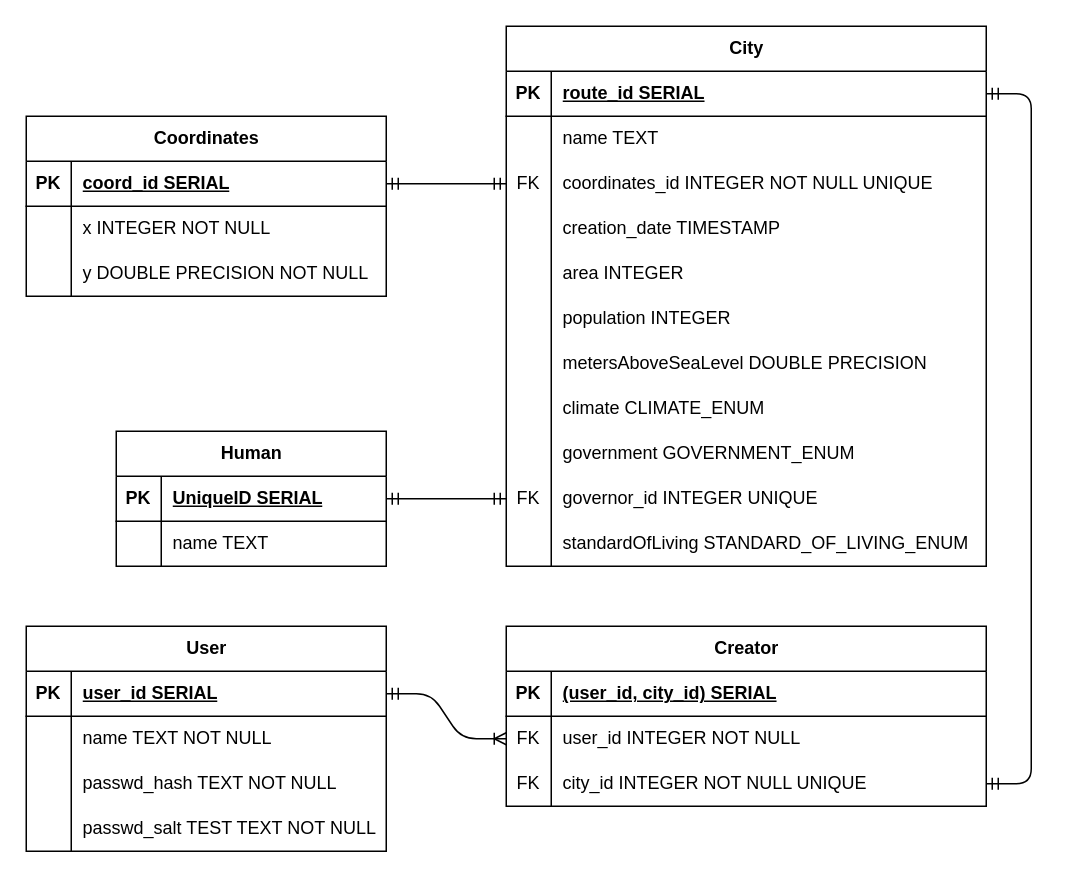
worthant/Java-labs keeps this draw.io diagram as lab7/docs/Database.drawio. Above is the earlier version. Source tidied: cells renumbered, new cells numbered last; positions are measured from the earlier drawing's top-left corner, leaving out a move shared by most shapes. Both pictures are drawn from the tidied source at 150%, with x=0, y=0 at pixel (26, 26).
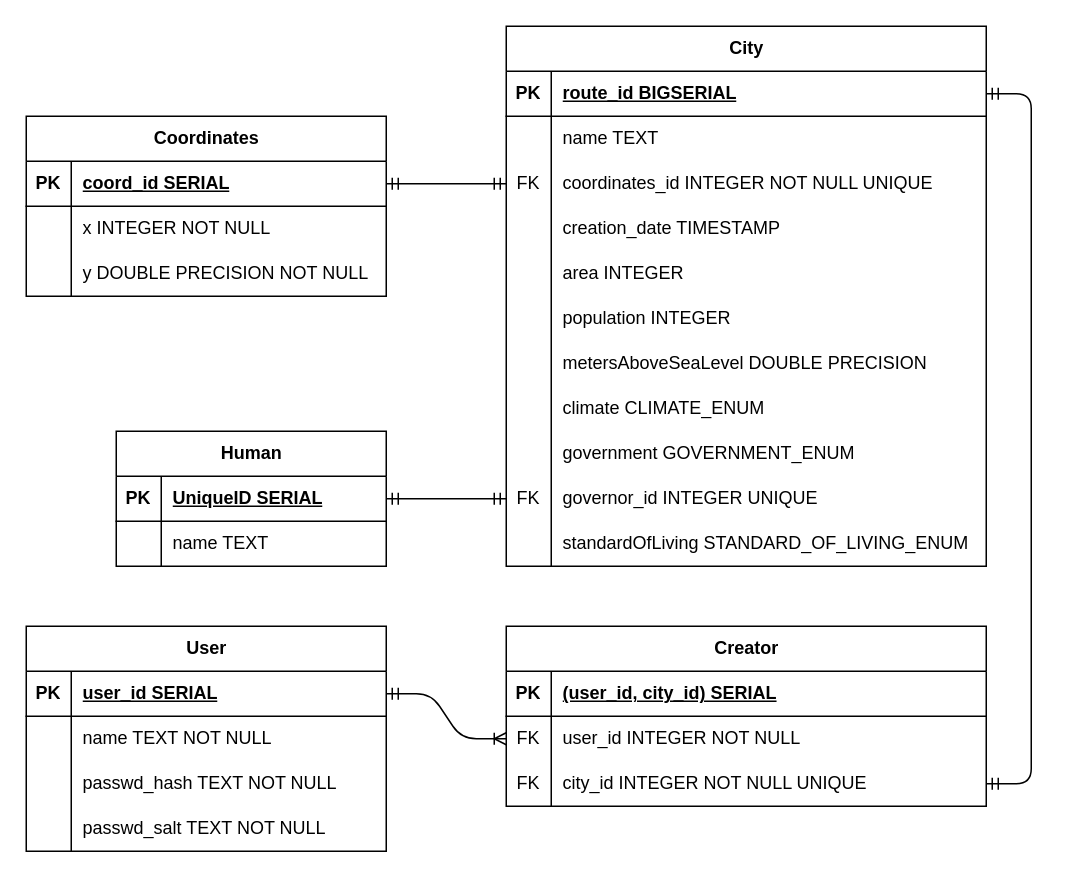
The same page after the edit.

Unchanged cells that the change refers to:
```xml
<mxCell id="3" style="shape=tableRow;horizontal=0;startSize=0;swimlaneHead=0;swimlaneBody=0;fillColor=none;points=[[0,0.5],[1,0.5]];portConstraint=eastwest;top=0;left=0;right=0;bottom=1;" parent="2" vertex="1">
  <mxGeometry y="30" width="320" height="30" as="geometry" />
</mxCell>
<mxCell id="66" style="shape=tableRow;horizontal=0;startSize=0;swimlaneHead=0;swimlaneBody=0;fillColor=none;top=0;left=0;right=0;bottom=0;" parent="56" vertex="1">
  <mxGeometry y="120" width="240" height="30" as="geometry" />
</mxCell>
```

The edit, as a diff of the source:
```diff
@@
-    <mxCell id="5" value="route_id SERIAL" style="shape=partialRectangle;fillColor=none;top=0;left=0;bottom=0;right=0;align=left;spacingLeft=6;fontStyle=5;overflow=hidden;whiteSpace=wrap;html=1;" parent="3" vertex="1">
+    <mxCell id="5" value="route_id BIGSERIAL" style="shape=partialRectangle;fillColor=none;top=0;left=0;bottom=0;right=0;align=left;spacingLeft=6;fontStyle=5;overflow=hidden;whiteSpace=wrap;html=1;" parent="3" vertex="1">
       <mxGeometry x="30" width="290" height="30" as="geometry" />
     </mxCell>
@@
-    <mxCell id="68" value="passwd_salt TEST TEXT NOT NULL" style="shape=partialRectangle;fillColor=none;top=0;left=0;bottom=0;right=0;align=left;spacingLeft=6;overflow=hidden;whiteSpace=wrap;html=1;" parent="66" vertex="1">
+    <mxCell id="68" value="passwd_salt TEXT NOT NULL" style="shape=partialRectangle;fillColor=none;top=0;left=0;bottom=0;right=0;align=left;spacingLeft=6;overflow=hidden;whiteSpace=wrap;html=1;" parent="66" vertex="1">
       <mxGeometry x="30" width="210" height="30" as="geometry" />
     </mxCell>
```
